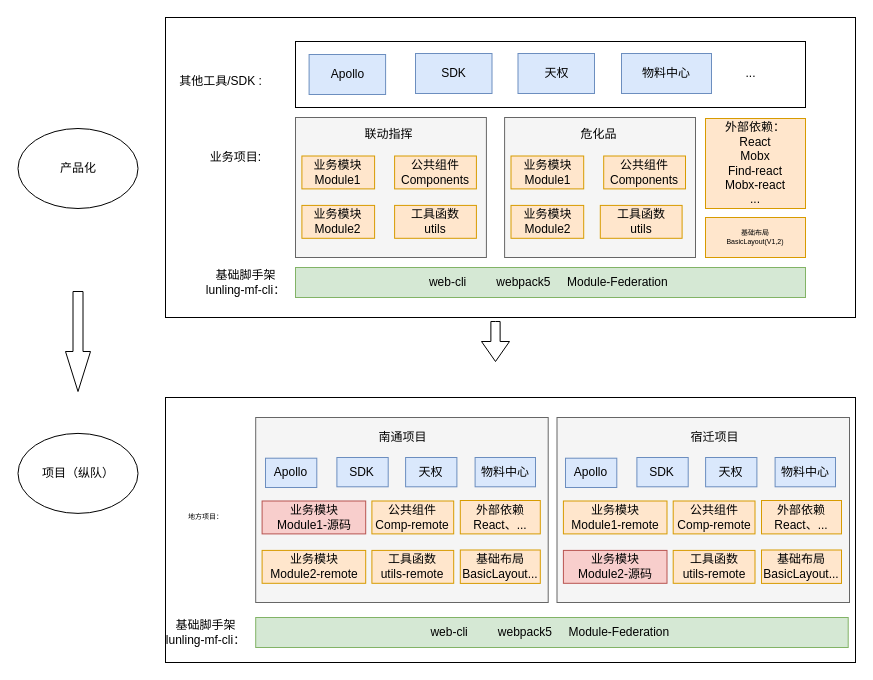
Liquan-gdut/diagrams-graph keeps this draw.io diagram as 模块联邦-架构图.drawio. Above is the earlier version. Source tidied: cells renumbered, new cells numbered last; positions are measured from the earlier drawing's top-left corner, leaving out a move shared by most shapes. Both pictures are drawn from the tidied source at 100%, with x=0, y=0 at pixel (17, 17).
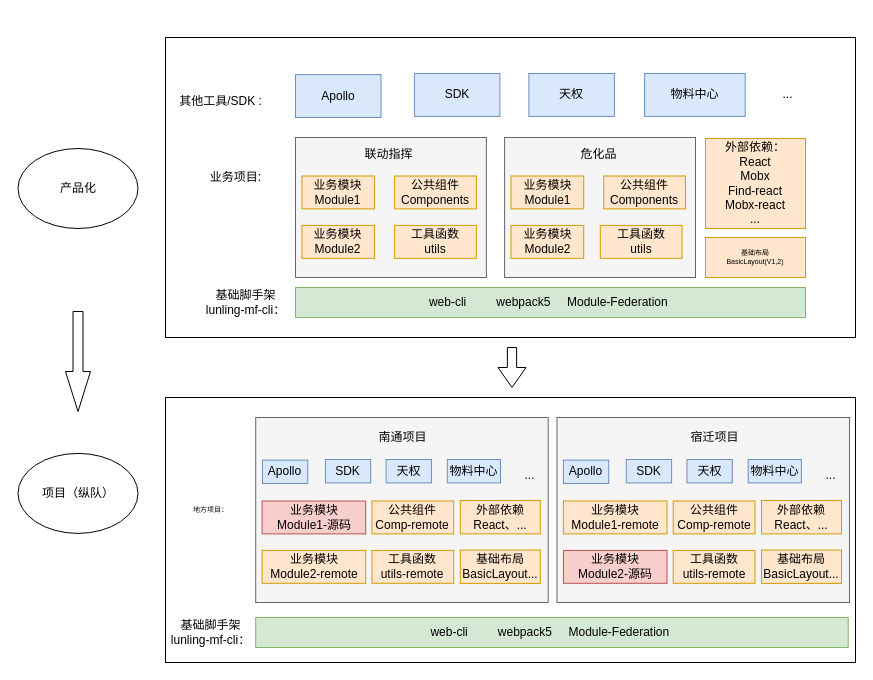
Above is the later version.

Commit message (it also covers changes not shown here):
更新模块联邦-架构图.drawio

Change to the diagram source:
```diff
@@
     <mxCell id="3" style="rounded=0;whiteSpace=wrap;html=1;fontSize=7;fillColor=none;" parent="1" vertex="1">
-      <mxGeometry x="148" width="690" height="300" as="geometry" />
+      <mxGeometry x="148" y="20" width="690" height="300" as="geometry" />
     </mxCell>
-    <mxCell id="4" style="rounded=0;whiteSpace=wrap;html=1;fillColor=none;" parent="1" vertex="1">
-      <mxGeometry x="278" y="24" width="510" height="66" as="geometry" />
-    </mxCell>
     <mxCell id="5" value="web-cli&amp;nbsp; &amp;nbsp; &amp;nbsp; &amp;nbsp; &amp;nbsp;webpack5&amp;nbsp; &amp;nbsp; &amp;nbsp;Module-Federation&amp;nbsp;" style="rounded=0;whiteSpace=wrap;html=1;fillColor=#d5e8d4;strokeColor=#82b366;" parent="1" vertex="1">
-      <mxGeometry x="278" y="250" width="510" height="30" as="geometry" />
+      <mxGeometry x="278" y="270" width="510" height="30" as="geometry" />
     </mxCell>
     <mxCell id="6" value="外部依赖：&lt;br&gt;React&lt;br&gt;Mobx&lt;br&gt;Find-react&lt;br&gt;Mobx-react&lt;br&gt;..." style="rounded=0;whiteSpace=wrap;html=1;fillColor=#ffe6cc;strokeColor=#d79b00;" parent="1" vertex="1">
-      <mxGeometry x="688" y="101" width="100" height="90" as="geometry" />
+      <mxGeometry x="688" y="121" width="100" height="90" as="geometry" />
     </mxCell>
     <mxCell id="7" value="基础布局&#10;BasicLayout(V1,2)" style="rounded=0;whiteSpace=wrap;fillColor=#ffe6cc;strokeColor=#d79b00;fontSize=7;" parent="1" vertex="1">
-      <mxGeometry x="688" y="200" width="100" height="40" as="geometry" />
+      <mxGeometry x="688" y="220" width="100" height="40" as="geometry" />
     </mxCell>
     <mxCell id="8" value="基础脚手架&lt;br&gt;lunling-mf-cli：" style="text;html=1;align=center;verticalAlign=middle;strokeColor=none;fillColor=none;" parent="1" vertex="1">
-      <mxGeometry x="183" y="250" width="90" height="30" as="geometry" />
+      <mxGeometry x="183" y="270" width="90" height="30" as="geometry" />
     </mxCell>
     <mxCell id="9" value="业务项目:" style="text;html=1;align=center;verticalAlign=middle;strokeColor=none;fillColor=none;" parent="1" vertex="1">
-      <mxGeometry x="183" y="130" width="70" height="20" as="geometry" />
+      <mxGeometry x="183" y="150" width="70" height="20" as="geometry" />
     </mxCell>
     <mxCell id="10" style="group;" parent="1" vertex="1">
-      <mxGeometry x="278" y="100" width="400" height="140" as="geometry" />
+      <mxGeometry x="278" y="120" width="400" height="140" as="geometry" />
     </mxCell>
@@
     <mxCell id="23" value="其他工具/SDK :" style="text;html=1;align=center;verticalAlign=middle;strokeColor=none;fillColor=none;" parent="1" vertex="1">
-      <mxGeometry x="153" y="54" width="100" height="20" as="geometry" />
+      <mxGeometry x="153" y="74" width="100" height="20" as="geometry" />
     </mxCell>
-    <mxCell id="24" value="物料中心" style="rounded=0;whiteSpace=wrap;html=1;fillColor=#dae8fc;strokeColor=#6c8ebf;" parent="1" vertex="1">
-      <mxGeometry x="604" y="36" width="90" height="40" as="geometry" />
-    </mxCell>
-    <mxCell id="25" value="SDK" style="rounded=0;whiteSpace=wrap;html=1;fillColor=#dae8fc;strokeColor=#6c8ebf;" parent="1" vertex="1">
-      <mxGeometry x="398" y="36" width="76.5" height="40" as="geometry" />
-    </mxCell>
-    <mxCell id="26" value="..." style="text;html=1;align=center;verticalAlign=middle;strokeColor=none;fillColor=none;" parent="1" vertex="1">
-      <mxGeometry x="718" y="46" width="30" height="20" as="geometry" />
-    </mxCell>
-    <mxCell id="27" value="天权" style="rounded=0;whiteSpace=wrap;html=1;fillColor=#dae8fc;strokeColor=#6c8ebf;" parent="1" vertex="1">
-      <mxGeometry x="500.5" y="36" width="76.5" height="40" as="geometry" />
-    </mxCell>
-    <mxCell id="28" value="Apollo" style="rounded=0;whiteSpace=wrap;html=1;fillColor=#dae8fc;strokeColor=#6c8ebf;" parent="1" vertex="1">
-      <mxGeometry x="291.6" y="37" width="76.5" height="40" as="geometry" />
-    </mxCell>
     <mxCell id="29" style="html=1;shadow=0;dashed=0;align=center;verticalAlign=middle;shape=mxgraph.arrows2.arrow;dy=0.6;dx=40;direction=south;notch=0;fontSize=7;fillColor=none;" parent="1" vertex="1">
-      <mxGeometry x="48" y="274" width="25" height="100" as="geometry" />
+      <mxGeometry x="48" y="294" width="25" height="100" as="geometry" />
     </mxCell>
     <mxCell id="30" value="&lt;span style=&quot;font-size: 12px&quot;&gt;产品化&lt;/span&gt;" style="ellipse;whiteSpace=wrap;html=1;rounded=1;fontSize=7;" parent="1" vertex="1">
-      <mxGeometry x="0.5" y="111" width="120" height="80" as="geometry" />
+      <mxGeometry x="0.5" y="131" width="120" height="80" as="geometry" />
     </mxCell>
     <mxCell id="31" value="&lt;span style=&quot;font-size: 12px&quot;&gt;项目（纵队）&lt;/span&gt;" style="ellipse;whiteSpace=wrap;html=1;rounded=1;fontSize=7;" parent="1" vertex="1">
-      <mxGeometry x="0.5" y="415.9" width="120" height="80" as="geometry" />
+      <mxGeometry x="0.5" y="435.9" width="120" height="80" as="geometry" />
     </mxCell>
@@
     <mxCell id="33" value="基础脚手架&lt;br&gt;lunling-mf-cli：" style="text;html=1;align=center;verticalAlign=middle;strokeColor=none;fillColor=none;" parent="1" vertex="1">
-      <mxGeometry x="143.2" y="600" width="90" height="30" as="geometry" />
+      <mxGeometry x="148" y="600" width="90" height="30" as="geometry" />
     </mxCell>
@@
     <mxCell id="50" value="地方项目：" style="text;html=1;align=center;verticalAlign=middle;strokeColor=none;fillColor=none;fontSize=7;" parent="1" vertex="1">
-      <mxGeometry x="148.2" y="495" width="80" height="10" as="geometry" />
+      <mxGeometry x="153" y="487.5" width="80" height="10" as="geometry" />
     </mxCell>
     <mxCell id="51" style="html=1;shadow=0;dashed=0;align=center;verticalAlign=middle;shape=mxgraph.arrows2.arrow;dy=0.67;dx=20;notch=0;rounded=1;fontSize=7;fillColor=none;rotation=90;" parent="1" vertex="1">
-      <mxGeometry x="458" y="310" width="40" height="28" as="geometry" />
+      <mxGeometry x="474.5" y="336" width="40" height="28" as="geometry" />
     </mxCell>
-    <mxCell id="52" style="group;" parent="1" vertex="1">
-      <mxGeometry x="248" y="440" width="270" height="30" as="geometry" />
-    </mxCell>
-    <mxCell id="53" value="物料中心" style="rounded=0;whiteSpace=wrap;html=1;fillColor=#dae8fc;strokeColor=#6c8ebf;" parent="52" vertex="1">
-      <mxGeometry x="209.6" width="60.4" height="29.3" as="geometry" />
-    </mxCell>
-    <mxCell id="54" value="SDK" style="rounded=0;whiteSpace=wrap;html=1;fillColor=#dae8fc;strokeColor=#6c8ebf;" parent="52" vertex="1">
-      <mxGeometry x="71.4" width="51.3" height="29.3" as="geometry" />
-    </mxCell>
-    <mxCell id="55" value="天权" style="rounded=0;whiteSpace=wrap;html=1;fillColor=#dae8fc;strokeColor=#6c8ebf;" parent="52" vertex="1">
-      <mxGeometry x="140.1" width="51.3" height="29.3" as="geometry" />
-    </mxCell>
-    <mxCell id="56" value="Apollo" style="rounded=0;whiteSpace=wrap;html=1;fillColor=#dae8fc;strokeColor=#6c8ebf;" parent="52" vertex="1">
-      <mxGeometry y="0.7" width="51.3" height="29.3" as="geometry" />
-    </mxCell>
-    <mxCell id="57" style="group;" parent="1" vertex="1">
-      <mxGeometry x="548" y="440" width="270" height="30" as="geometry" />
-    </mxCell>
-    <mxCell id="58" value="物料中心" style="rounded=0;whiteSpace=wrap;html=1;fillColor=#dae8fc;strokeColor=#6c8ebf;" parent="57" vertex="1">
-      <mxGeometry x="209.6" width="60.4" height="29.3" as="geometry" />
-    </mxCell>
-    <mxCell id="59" value="SDK" style="rounded=0;whiteSpace=wrap;html=1;fillColor=#dae8fc;strokeColor=#6c8ebf;" parent="57" vertex="1">
-      <mxGeometry x="71.4" width="51.3" height="29.3" as="geometry" />
-    </mxCell>
-    <mxCell id="60" value="天权" style="rounded=0;whiteSpace=wrap;html=1;fillColor=#dae8fc;strokeColor=#6c8ebf;" parent="57" vertex="1">
-      <mxGeometry x="140.1" width="51.3" height="29.3" as="geometry" />
-    </mxCell>
-    <mxCell id="61" value="Apollo" style="rounded=0;whiteSpace=wrap;html=1;fillColor=#dae8fc;strokeColor=#6c8ebf;" parent="57" vertex="1">
-      <mxGeometry y="0.7" width="51.3" height="29.3" as="geometry" />
-    </mxCell>
+    <mxCell id="62" style="group;" parent="1" vertex="1">
+      <mxGeometry x="278" y="56" width="510" height="44" as="geometry" />
+    </mxCell>
+    <mxCell id="24" value="物料中心" style="rounded=0;whiteSpace=wrap;html=1;fillColor=#dae8fc;strokeColor=#6c8ebf;" parent="62" vertex="1">
+      <mxGeometry x="349.1" width="100.6" height="42.9" as="geometry" />
+    </mxCell>
+    <mxCell id="25" value="SDK" style="rounded=0;whiteSpace=wrap;html=1;fillColor=#dae8fc;strokeColor=#6c8ebf;" parent="62" vertex="1">
+      <mxGeometry x="118.9" width="85.5" height="42.9" as="geometry" />
+    </mxCell>
+    <mxCell id="26" value="..." style="text;html=1;align=center;verticalAlign=middle;strokeColor=none;fillColor=none;" parent="62" vertex="1">
+      <mxGeometry x="476.5" y="10.7" width="30" height="20" as="geometry" />
+    </mxCell>
+    <mxCell id="27" value="天权" style="rounded=0;whiteSpace=wrap;html=1;fillColor=#dae8fc;strokeColor=#6c8ebf;" parent="62" vertex="1">
+      <mxGeometry x="233.4" width="85.5" height="42.9" as="geometry" />
+    </mxCell>
+    <mxCell id="28" value="Apollo" style="rounded=0;whiteSpace=wrap;html=1;fillColor=#dae8fc;strokeColor=#6c8ebf;" parent="62" vertex="1">
+      <mxGeometry y="1.1" width="85.5" height="42.9" as="geometry" />
+    </mxCell>
+    <mxCell id="63" style="group;" parent="1" vertex="1">
+      <mxGeometry x="245" y="442" width="270" height="24" as="geometry" />
+    </mxCell>
+    <mxCell id="64" value="物料中心" style="rounded=0;whiteSpace=wrap;html=1;fillColor=#dae8fc;strokeColor=#6c8ebf;" parent="63" vertex="1">
+      <mxGeometry x="184.8" width="53.2" height="23.4" as="geometry" />
+    </mxCell>
+    <mxCell id="65" value="SDK" style="rounded=0;whiteSpace=wrap;html=1;fillColor=#dae8fc;strokeColor=#6c8ebf;" parent="63" vertex="1">
+      <mxGeometry x="62.9" width="45.3" height="23.4" as="geometry" />
+    </mxCell>
+    <mxCell id="66" value="..." style="text;html=1;align=center;verticalAlign=middle;strokeColor=none;fillColor=none;" parent="63" vertex="1">
+      <mxGeometry x="252.3" y="5.9" width="30" height="20" as="geometry" />
+    </mxCell>
+    <mxCell id="67" value="天权" style="rounded=0;whiteSpace=wrap;html=1;fillColor=#dae8fc;strokeColor=#6c8ebf;" parent="63" vertex="1">
+      <mxGeometry x="123.6" width="45.3" height="23.4" as="geometry" />
+    </mxCell>
+    <mxCell id="68" value="Apollo" style="rounded=0;whiteSpace=wrap;html=1;fillColor=#dae8fc;strokeColor=#6c8ebf;" parent="63" vertex="1">
+      <mxGeometry y="0.6" width="45.3" height="23.4" as="geometry" />
+    </mxCell>
+    <mxCell id="69" style="group;" parent="1" vertex="1">
+      <mxGeometry x="545.9" y="442" width="270" height="24" as="geometry" />
+    </mxCell>
+    <mxCell id="70" value="物料中心" style="rounded=0;whiteSpace=wrap;html=1;fillColor=#dae8fc;strokeColor=#6c8ebf;" parent="69" vertex="1">
+      <mxGeometry x="184.8" width="53.2" height="23.4" as="geometry" />
+    </mxCell>
+    <mxCell id="71" value="SDK" style="rounded=0;whiteSpace=wrap;html=1;fillColor=#dae8fc;strokeColor=#6c8ebf;" parent="69" vertex="1">
+      <mxGeometry x="62.9" width="45.3" height="23.4" as="geometry" />
+    </mxCell>
+    <mxCell id="72" value="..." style="text;html=1;align=center;verticalAlign=middle;strokeColor=none;fillColor=none;" parent="69" vertex="1">
+      <mxGeometry x="252.3" y="5.9" width="30" height="20" as="geometry" />
+    </mxCell>
+    <mxCell id="73" value="天权" style="rounded=0;whiteSpace=wrap;html=1;fillColor=#dae8fc;strokeColor=#6c8ebf;" parent="69" vertex="1">
+      <mxGeometry x="123.6" width="45.3" height="23.4" as="geometry" />
+    </mxCell>
+    <mxCell id="74" value="Apollo" style="rounded=0;whiteSpace=wrap;html=1;fillColor=#dae8fc;strokeColor=#6c8ebf;" parent="69" vertex="1">
+      <mxGeometry y="0.6" width="45.3" height="23.4" as="geometry" />
+    </mxCell>
```
